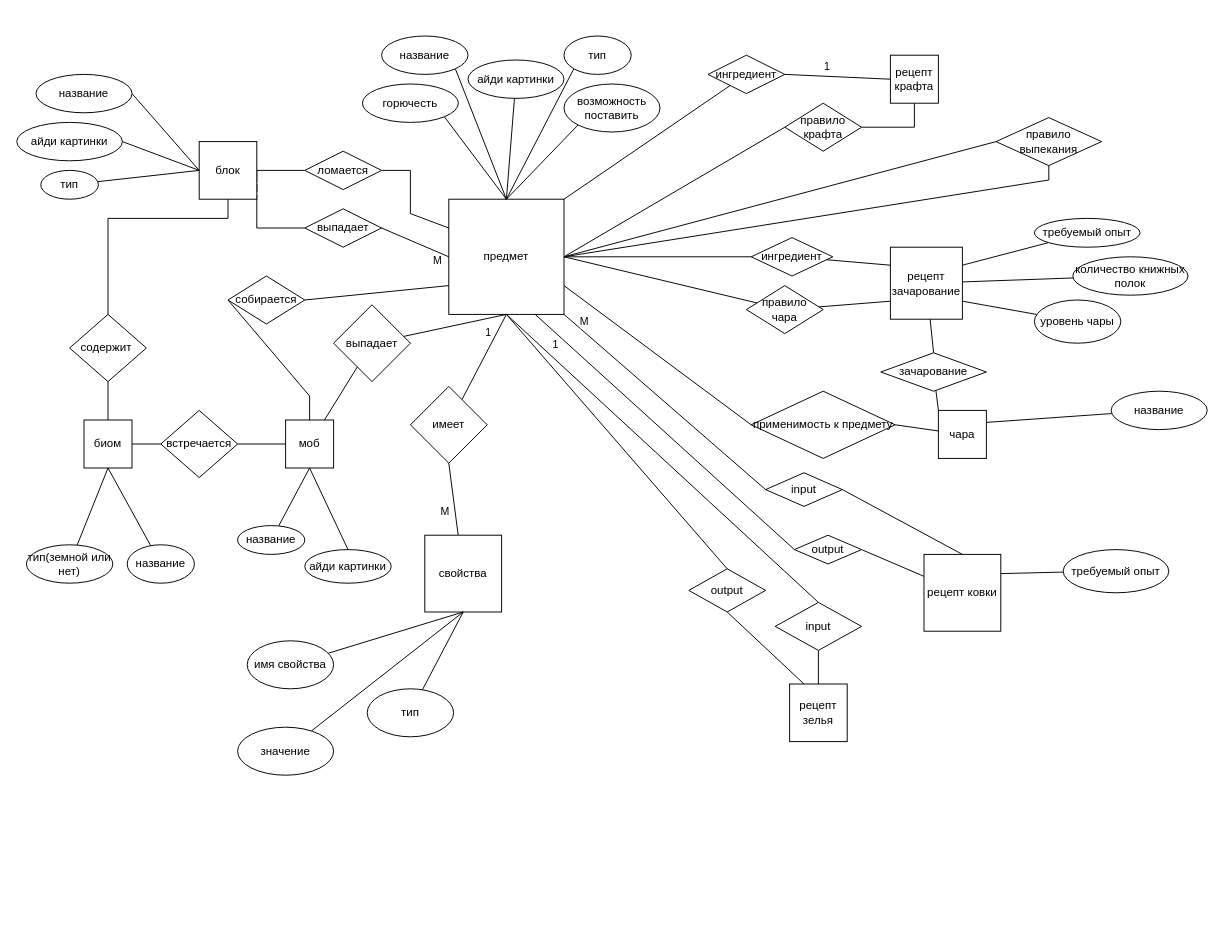
Before: second-stage/DB_coursework1.drawio in ShchA317/db-coursework, a draw.io diagram. Source tidied: cells renumbered, new cells numbered last; positions are measured from the earlier drawing's top-left corner, leaving out a move shared by most shapes. Both pictures are drawn from the tidied source at 96%, with x=0, y=0 at pixel (16, 36).
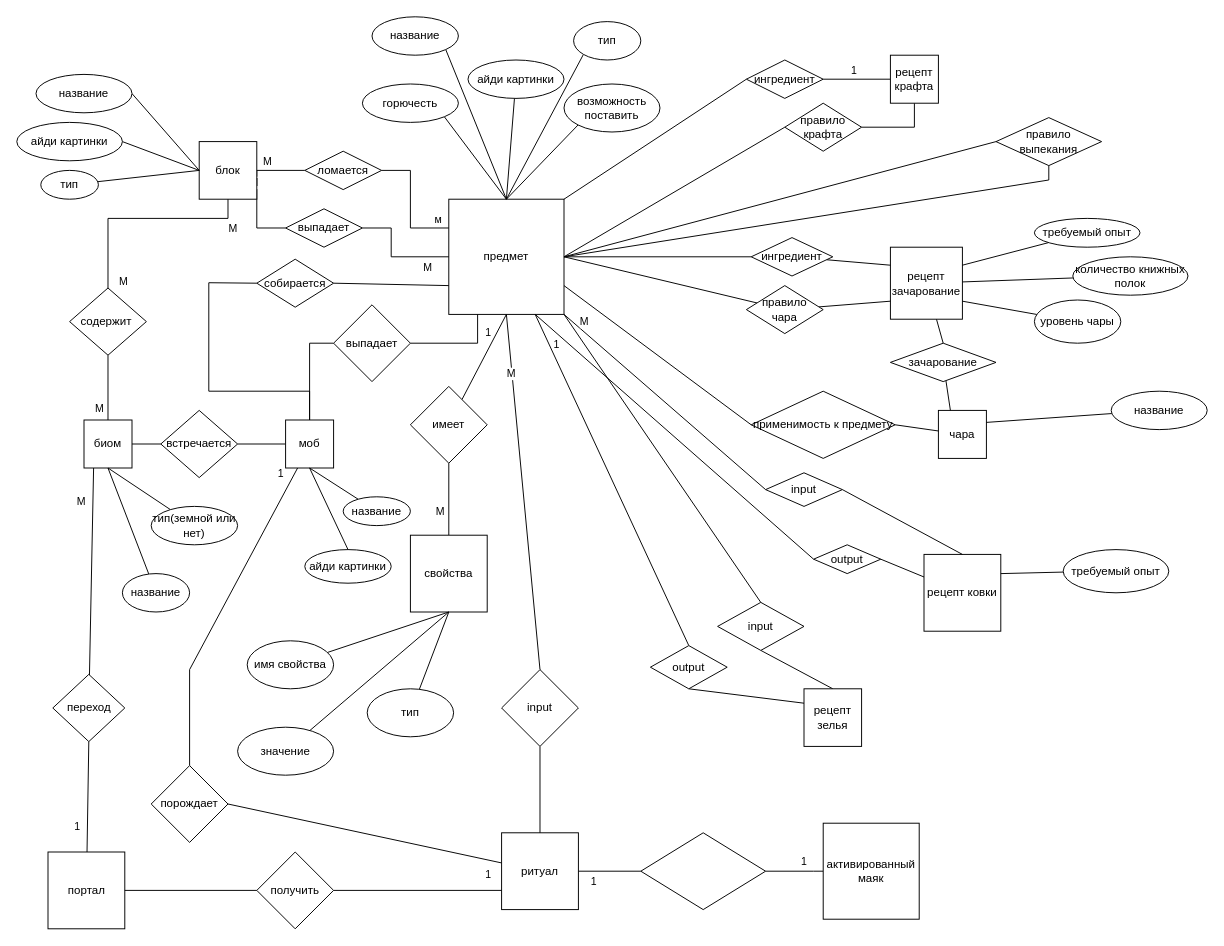
The same diagram, later.

The change refers to these unchanged cells:
```xml
<mxCell id="10" value="предмет" style="whiteSpace=wrap;html=1;" parent="1" vertex="1">
  <mxGeometry x="450" y="170" width="120" height="120" as="geometry" />
</mxCell>
<mxCell id="27" style="edgeStyle=none;rounded=0;jettySize=auto;html=1;entryX=0.5;entryY=1;entryDx=0;entryDy=0;startArrow=none;startFill=0;endArrow=none;endFill=0;exitX=0.5;exitY=0;exitDx=0;exitDy=0;" parent="1" edge="1" source="29" target="4">
  <mxGeometry relative="1" as="geometry">
    <Array as="points">
      <mxPoint x="95" y="190" />
      <mxPoint x="220" y="190" />
    </Array>
  </mxGeometry>
</mxCell>
<mxCell id="28" style="edgeStyle=none;rounded=0;jettySize=auto;html=1;entryX=0.5;entryY=0;entryDx=0;entryDy=0;startArrow=none;startFill=0;endArrow=none;endFill=0;exitX=0.5;exitY=1;exitDx=0;exitDy=0;" parent="1" edge="1" source="29" target="26">
  <mxGeometry relative="1" as="geometry" />
</mxCell>
<mxCell id="37" value="моб" style="whiteSpace=wrap;html=1;" parent="1" vertex="1">
  <mxGeometry x="280" y="400" width="50" height="50" as="geometry" />
</mxCell>
<mxCell id="44" value="выпадает" style="rhombus;whiteSpace=wrap;html=1;" parent="1" vertex="1">
  <mxGeometry x="330" y="280" width="80" height="80" as="geometry" />
</mxCell>
<mxCell id="45" style="edgeStyle=none;rounded=0;jettySize=auto;html=1;entryX=1;entryY=0.5;entryDx=0;entryDy=0;startArrow=none;startFill=0;endArrow=none;endFill=0;" parent="1" edge="1" source="47" target="4">
  <mxGeometry relative="1" as="geometry" />
</mxCell>
<mxCell id="47" value="ломается" style="rhombus;whiteSpace=wrap;html=1;" parent="1" vertex="1">
  <mxGeometry x="300" y="120" width="80" height="40" as="geometry" />
</mxCell>
<mxCell id="79" value="чара" style="whiteSpace=wrap;html=1;" parent="1" vertex="1">
  <mxGeometry x="960" y="390" width="50" height="50" as="geometry" />
</mxCell>
```

Diff of the diagram source:
```diff
@@
-    <mxCell id="9" style="edgeStyle=none;rounded=0;jettySize=auto;html=1;exitX=0.5;exitY=1;exitDx=0;exitDy=0;entryX=0.5;entryY=0;entryDx=0;entryDy=0;startArrow=none;startFill=0;endArrow=none;endFill=0;" parent="1" edge="1" source="10" target="64">
+    <mxCell id="9" style="edgeStyle=none;rounded=0;jettySize=auto;html=1;exitX=1;exitY=1;exitDx=0;exitDy=0;entryX=0.5;entryY=0;entryDx=0;entryDy=0;startArrow=none;startFill=0;endArrow=none;endFill=0;" parent="1" edge="1" source="10" target="64">
       <mxGeometry relative="1" as="geometry" />
     </mxCell>
+    <mxCell id="113" style="edgeStyle=none;rounded=0;jettySize=auto;html=1;exitX=0.5;exitY=1;exitDx=0;exitDy=0;entryX=0.5;entryY=0;entryDx=0;entryDy=0;startArrow=none;startFill=0;endArrow=none;endFill=0;" parent="1" edge="1" source="10" target="126">
+      <mxGeometry relative="1" as="geometry" />
+    </mxCell>
+    <mxCell id="114" value="М" style="edgeLabel;html=1;align=center;verticalAlign=middle;" parent="113" vertex="1">
+      <mxGeometry x="-0.66" y="-1" relative="1" as="geometry">
+        <mxPoint y="-1" as="offset" />
+      </mxGeometry>
+    </mxCell>
@@
     <mxCell id="16" value="название" style="ellipse;whiteSpace=wrap;html=1;" parent="1" vertex="1">
-      <mxGeometry x="380" width="90" height="40" as="geometry" />
+      <mxGeometry x="370" y="-20" width="90" height="40" as="geometry" />
     </mxCell>
     <mxCell id="17" style="edgeStyle=none;rounded=0;jettySize=auto;html=1;exitX=1;exitY=0.5;exitDx=0;exitDy=0;entryX=0;entryY=0.5;entryDx=0;entryDy=0;endArrow=none;endFill=0;startArrow=none;startFill=0;" parent="1" edge="1" source="19" target="10">
-      <mxGeometry relative="1" as="geometry" />
+      <mxGeometry relative="1" as="geometry">
+        <Array as="points">
+          <mxPoint x="390" y="200" />
+          <mxPoint x="390" y="230" />
+        </Array>
+      </mxGeometry>
     </mxCell>
@@
     <mxCell id="19" value="выпадает" style="rhombus;whiteSpace=wrap;html=1;" parent="1" vertex="1">
-      <mxGeometry x="300" y="180" width="80" height="40" as="geometry" />
+      <mxGeometry x="280" y="180" width="80" height="40" as="geometry" />
     </mxCell>
@@
     <mxCell id="23" value="тип" style="ellipse;whiteSpace=wrap;html=1;" parent="1" vertex="1">
-      <mxGeometry x="570" width="70" height="40" as="geometry" />
+      <mxGeometry x="580" y="-15" width="70" height="40" as="geometry" />
     </mxCell>
@@
+    <mxCell id="115" value="М" style="edgeLabel;html=1;align=center;verticalAlign=middle;" parent="27" vertex="1">
+      <mxGeometry x="0.68" y="-2" relative="1" as="geometry">
+        <mxPoint x="19" y="8" as="offset" />
+      </mxGeometry>
+    </mxCell>
+    <mxCell id="116" value="М" style="edgeLabel;html=1;align=center;verticalAlign=middle;" parent="27" vertex="1">
+      <mxGeometry x="-0.86" y="2" relative="1" as="geometry">
+        <mxPoint x="17" y="8" as="offset" />
+      </mxGeometry>
+    </mxCell>
@@
+    <mxCell id="117" value="М" style="edgeLabel;html=1;align=center;verticalAlign=middle;" parent="28" vertex="1">
+      <mxGeometry x="0.63" y="1" relative="1" as="geometry">
+        <mxPoint x="-11" as="offset" />
+      </mxGeometry>
+    </mxCell>
     <mxCell id="29" value="содержит&amp;nbsp;" style="rhombus;whiteSpace=wrap;html=1;" parent="1" vertex="1">
-      <mxGeometry x="55" y="290" width="80" height="70" as="geometry" />
+      <mxGeometry x="55" y="262.5" width="80" height="70" as="geometry" />
     </mxCell>
@@
     <mxCell id="31" value="название" style="ellipse;whiteSpace=wrap;html=1;" parent="1" vertex="1">
-      <mxGeometry x="115" y="530" width="70" height="40" as="geometry" />
+      <mxGeometry x="110" y="560" width="70" height="40" as="geometry" />
     </mxCell>
@@
     <mxCell id="33" value="тип(земной или нет)" style="ellipse;whiteSpace=wrap;html=1;" parent="1" vertex="1">
-      <mxGeometry x="10" y="530" width="90" height="40" as="geometry" />
+      <mxGeometry x="140" y="490" width="90" height="40" as="geometry" />
     </mxCell>
@@
-    <mxCell id="36" style="edgeStyle=none;rounded=0;jettySize=auto;html=1;startArrow=none;startFill=0;endArrow=none;endFill=0;" parent="1" edge="1" source="37" target="44">
-      <mxGeometry relative="1" as="geometry" />
+    <mxCell id="36" style="edgeStyle=none;rounded=0;jettySize=auto;html=1;startArrow=none;startFill=0;endArrow=none;endFill=0;entryX=0;entryY=0.5;entryDx=0;entryDy=0;" parent="1" edge="1" source="37" target="44">
+      <mxGeometry relative="1" as="geometry">
+        <Array as="points">
+          <mxPoint x="305" y="320" />
+        </Array>
+      </mxGeometry>
     </mxCell>
@@
     <mxCell id="41" value="название" style="ellipse;whiteSpace=wrap;html=1;" parent="1" vertex="1">
-      <mxGeometry x="230" y="510" width="70" height="30" as="geometry" />
+      <mxGeometry x="340" y="480" width="70" height="30" as="geometry" />
     </mxCell>
@@
-    <mxCell id="43" style="edgeStyle=none;rounded=0;jettySize=auto;html=1;entryX=0.5;entryY=1;entryDx=0;entryDy=0;startArrow=none;startFill=0;endArrow=none;endFill=0;" parent="1" edge="1" source="44" target="10">
-      <mxGeometry relative="1" as="geometry" />
+    <mxCell id="43" style="edgeStyle=none;rounded=0;jettySize=auto;html=1;entryX=0.25;entryY=1;entryDx=0;entryDy=0;startArrow=none;startFill=0;endArrow=none;endFill=0;" parent="1" edge="1" source="44" target="10">
+      <mxGeometry relative="1" as="geometry">
+        <Array as="points">
+          <mxPoint x="480" y="320" />
+        </Array>
+      </mxGeometry>
     </mxCell>
@@
+    <mxCell id="118" value="М" style="edgeLabel;html=1;align=center;verticalAlign=middle;" parent="45" vertex="1">
+      <mxGeometry x="0.58" y="-1" relative="1" as="geometry">
+        <mxPoint y="-9" as="offset" />
+      </mxGeometry>
+    </mxCell>
     <mxCell id="46" style="edgeStyle=none;rounded=0;jettySize=auto;html=1;exitX=1;exitY=0.5;exitDx=0;exitDy=0;startArrow=none;startFill=0;endArrow=none;endFill=0;entryX=0;entryY=0.25;entryDx=0;entryDy=0;" parent="1" edge="1" source="47" target="10">
       <mxGeometry relative="1" as="geometry">
         <Array as="points">
           <mxPoint x="410" y="140" />
-          <mxPoint x="410" y="185" />
+          <mxPoint x="410" y="200" />
         </Array>
       </mxGeometry>
     </mxCell>
+    <mxCell id="119" value="м" style="edgeLabel;html=1;align=center;verticalAlign=middle;" parent="46" vertex="1">
+      <mxGeometry x="0.82" y="2" relative="1" as="geometry">
+        <mxPoint y="-8" as="offset" />
+      </mxGeometry>
+    </mxCell>
@@
     <mxCell id="48" style="edgeStyle=none;rounded=0;jettySize=auto;html=1;exitX=0;exitY=0.5;exitDx=0;exitDy=0;entryX=0.5;entryY=0;entryDx=0;entryDy=0;startArrow=none;startFill=0;endArrow=none;endFill=0;" parent="1" edge="1" source="50" target="37">
       <mxGeometry relative="1" as="geometry">
         <Array as="points">
-          <mxPoint x="305" y="375" />
+          <mxPoint x="200" y="257" />
+          <mxPoint x="200" y="370" />
+          <mxPoint x="305" y="370" />
         </Array>
       </mxGeometry>
     </mxCell>
@@
     <mxCell id="50" value="собирается" style="rhombus;whiteSpace=wrap;html=1;" parent="1" vertex="1">
-      <mxGeometry x="220" y="250" width="80" height="50" as="geometry" />
+      <mxGeometry x="250" y="232.5" width="80" height="50" as="geometry" />
     </mxCell>
@@
-    <mxCell id="55" style="edgeStyle=none;rounded=0;jettySize=auto;html=1;entryX=1;entryY=0;entryDx=0;entryDy=0;startArrow=none;startFill=0;endArrow=none;endFill=0;" parent="1" edge="1" source="56" target="10">
+    <mxCell id="55" style="edgeStyle=none;rounded=0;jettySize=auto;html=1;entryX=1;entryY=0;entryDx=0;entryDy=0;startArrow=none;startFill=0;endArrow=none;endFill=0;exitX=0;exitY=0.5;exitDx=0;exitDy=0;" parent="1" edge="1" source="56" target="10">
       <mxGeometry relative="1" as="geometry" />
     </mxCell>
     <mxCell id="56" value="ингредиент" style="rhombus;whiteSpace=wrap;html=1;" parent="1" vertex="1">
-      <mxGeometry x="720" y="20" width="80" height="40" as="geometry" />
+      <mxGeometry x="760" y="25" width="80" height="40" as="geometry" />
     </mxCell>
@@
     <mxCell id="64" value="input" style="rhombus;whiteSpace=wrap;html=1;" parent="1" vertex="1">
-      <mxGeometry x="790" y="590" width="90" height="50" as="geometry" />
+      <mxGeometry x="730" y="590" width="90" height="50" as="geometry" />
     </mxCell>
@@
-    <mxCell id="86" style="edgeStyle=none;rounded=0;jettySize=auto;html=1;entryX=0;entryY=0;entryDx=0;entryDy=0;startArrow=none;startFill=0;endArrow=none;endFill=0;" parent="1" edge="1" source="87" target="79">
+    <mxCell id="86" style="edgeStyle=none;rounded=0;jettySize=auto;html=1;entryX=0.25;entryY=0;entryDx=0;entryDy=0;startArrow=none;startFill=0;endArrow=none;endFill=0;" parent="1" edge="1" source="87" target="79">
       <mxGeometry relative="1" as="geometry" />
     </mxCell>
     <mxCell id="87" value="зачарование" style="rhombus;whiteSpace=wrap;html=1;" parent="1" vertex="1">
-      <mxGeometry x="900" y="330" width="110" height="40" as="geometry" />
+      <mxGeometry x="910" y="320" width="110" height="40" as="geometry" />
     </mxCell>
@@
     <mxCell id="90" value="свойства" style="whiteSpace=wrap;html=1;" parent="1" vertex="1">
-      <mxGeometry x="425" y="520" width="80" height="80" as="geometry" />
+      <mxGeometry x="410" y="520" width="80" height="80" as="geometry" />
     </mxCell>
@@
     <mxCell id="106" value="output" style="rhombus;whiteSpace=wrap;html=1;" parent="1" vertex="1">
-      <mxGeometry x="810" y="520" width="70" height="30" as="geometry" />
+      <mxGeometry x="830" y="530" width="70" height="30" as="geometry" />
     </mxCell>
@@
-    <mxCell id="109" style="edgeStyle=none;rounded=0;jettySize=auto;html=1;exitX=0.25;exitY=0;exitDx=0;exitDy=0;entryX=0.5;entryY=1;entryDx=0;entryDy=0;startArrow=none;startFill=0;endArrow=none;endFill=0;" parent="1" edge="1" source="110" target="112">
+    <mxCell id="109" style="edgeStyle=none;rounded=0;jettySize=auto;html=1;exitX=0;exitY=0.25;exitDx=0;exitDy=0;entryX=0.5;entryY=1;entryDx=0;entryDy=0;startArrow=none;startFill=0;endArrow=none;endFill=0;" parent="1" edge="1" source="110" target="112">
       <mxGeometry relative="1" as="geometry" />
     </mxCell>
     <mxCell id="110" value="рецепт зелья" style="whiteSpace=wrap;html=1;" parent="1" vertex="1">
-      <mxGeometry x="805" y="675" width="60" height="60" as="geometry" />
+      <mxGeometry x="820" y="680" width="60" height="60" as="geometry" />
     </mxCell>
-    <mxCell id="111" style="edgeStyle=none;rounded=0;jettySize=auto;html=1;exitX=0.5;exitY=0;exitDx=0;exitDy=0;entryX=0.5;entryY=1;entryDx=0;entryDy=0;startArrow=none;startFill=0;endArrow=none;endFill=0;" parent="1" edge="1" source="112" target="10">
+    <mxCell id="111" style="edgeStyle=none;rounded=0;jettySize=auto;html=1;exitX=0.5;exitY=0;exitDx=0;exitDy=0;entryX=0.75;entryY=1;entryDx=0;entryDy=0;startArrow=none;startFill=0;endArrow=none;endFill=0;" parent="1" edge="1" source="112" target="10">
       <mxGeometry relative="1" as="geometry" />
     </mxCell>
     <mxCell id="112" value="output" style="rhombus;whiteSpace=wrap;html=1;" parent="1" vertex="1">
-      <mxGeometry x="700" y="555" width="80" height="45" as="geometry" />
+      <mxGeometry x="660" y="635" width="80" height="45" as="geometry" />
     </mxCell>
+    <mxCell id="120" style="edgeStyle=none;rounded=0;jettySize=auto;html=1;entryX=1;entryY=0.5;entryDx=0;entryDy=0;startArrow=none;startFill=0;endArrow=none;endFill=0;" parent="1" edge="1" source="124" target="129">
+      <mxGeometry relative="1" as="geometry" />
+    </mxCell>
+    <mxCell id="121" value="1" style="edgeLabel;html=1;align=center;verticalAlign=middle;" parent="120" vertex="1">
+      <mxGeometry x="-0.85" y="3" relative="1" as="geometry">
+        <mxPoint x="8" y="14" as="offset" />
+      </mxGeometry>
+    </mxCell>
+    <mxCell id="122" style="edgeStyle=none;rounded=0;jettySize=auto;html=1;entryX=0;entryY=0.5;entryDx=0;entryDy=0;startArrow=none;startFill=0;endArrow=none;endFill=0;" parent="1" edge="1" source="124" target="141">
+      <mxGeometry relative="1" as="geometry" />
+    </mxCell>
+    <mxCell id="123" value="1" style="edgeLabel;html=1;align=center;verticalAlign=middle;" parent="122" vertex="1">
+      <mxGeometry x="-0.04" y="-2" relative="1" as="geometry">
+        <mxPoint x="-16" y="8" as="offset" />
+      </mxGeometry>
+    </mxCell>
+    <mxCell id="124" value="ритуал" style="whiteSpace=wrap;html=1;" parent="1" vertex="1">
+      <mxGeometry x="505" y="830" width="80" height="80" as="geometry" />
+    </mxCell>
+    <mxCell id="125" style="edgeStyle=none;rounded=0;jettySize=auto;html=1;exitX=0.5;exitY=1;exitDx=0;exitDy=0;entryX=0.5;entryY=0;entryDx=0;entryDy=0;startArrow=none;startFill=0;endArrow=none;endFill=0;" parent="1" edge="1" source="126" target="124">
+      <mxGeometry relative="1" as="geometry" />
+    </mxCell>
+    <mxCell id="126" value="input" style="rhombus;whiteSpace=wrap;html=1;" parent="1" vertex="1">
+      <mxGeometry x="505" y="660" width="80" height="80" as="geometry" />
+    </mxCell>
+    <mxCell id="127" style="edgeStyle=none;rounded=0;jettySize=auto;html=1;entryX=0.25;entryY=1;entryDx=0;entryDy=0;startArrow=none;startFill=0;endArrow=none;endFill=0;" parent="1" edge="1" source="129" target="37">
+      <mxGeometry relative="1" as="geometry">
+        <Array as="points">
+          <mxPoint x="180" y="660" />
+        </Array>
+      </mxGeometry>
+    </mxCell>
+    <mxCell id="128" value="1" style="edgeLabel;html=1;align=center;verticalAlign=middle;" parent="127" vertex="1">
+      <mxGeometry x="0.9" y="-1" relative="1" as="geometry">
+        <mxPoint x="-11" y="-10" as="offset" />
+      </mxGeometry>
+    </mxCell>
+    <mxCell id="129" value="порождает" style="rhombus;whiteSpace=wrap;html=1;" parent="1" vertex="1">
+      <mxGeometry x="140" y="760" width="80" height="80" as="geometry" />
+    </mxCell>
+    <mxCell id="130" style="edgeStyle=none;rounded=0;jettySize=auto;html=1;entryX=0.5;entryY=1;entryDx=0;entryDy=0;startArrow=none;startFill=0;endArrow=none;endFill=0;" parent="1" edge="1" source="132" target="135">
+      <mxGeometry relative="1" as="geometry" />
+    </mxCell>
+    <mxCell id="131" value="1" style="edgeLabel;html=1;align=center;verticalAlign=middle;" parent="130" vertex="1">
+      <mxGeometry x="-0.42" y="-1" relative="1" as="geometry">
+        <mxPoint x="-12" y="6" as="offset" />
+      </mxGeometry>
+    </mxCell>
+    <mxCell id="132" value="портал" style="whiteSpace=wrap;html=1;" parent="1" vertex="1">
+      <mxGeometry x="32.5" y="850" width="80" height="80" as="geometry" />
+    </mxCell>
+    <mxCell id="133" style="edgeStyle=none;rounded=0;jettySize=auto;html=1;startArrow=none;startFill=0;endArrow=none;endFill=0;" parent="1" edge="1" source="135">
+      <mxGeometry relative="1" as="geometry">
+        <mxPoint x="80" y="450" as="targetPoint" />
+      </mxGeometry>
+    </mxCell>
+    <mxCell id="134" value="М" style="edgeLabel;html=1;align=center;verticalAlign=middle;" parent="133" vertex="1">
+      <mxGeometry x="0.69" y="1" relative="1" as="geometry">
+        <mxPoint x="-12" y="1" as="offset" />
+      </mxGeometry>
+    </mxCell>
+    <mxCell id="135" value="переход" style="rhombus;whiteSpace=wrap;html=1;" parent="1" vertex="1">
+      <mxGeometry x="37.5" y="665" width="75" height="70" as="geometry" />
+    </mxCell>
+    <mxCell id="136" style="edgeStyle=none;rounded=0;jettySize=auto;html=1;startArrow=none;startFill=0;endArrow=none;endFill=0;" parent="1" edge="1" source="138" target="132">
+      <mxGeometry relative="1" as="geometry" />
+    </mxCell>
+    <mxCell id="137" style="edgeStyle=none;rounded=0;jettySize=auto;html=1;entryX=0;entryY=0.75;entryDx=0;entryDy=0;startArrow=none;startFill=0;endArrow=none;endFill=0;" parent="1" edge="1" source="138" target="124">
+      <mxGeometry relative="1" as="geometry" />
+    </mxCell>
+    <mxCell id="138" value="получить" style="rhombus;whiteSpace=wrap;html=1;" parent="1" vertex="1">
+      <mxGeometry x="250" y="850" width="80" height="80" as="geometry" />
+    </mxCell>
+    <mxCell id="139" value="1" style="edgeStyle=none;rounded=0;jettySize=auto;html=1;entryX=1;entryY=0.5;entryDx=0;entryDy=0;startArrow=none;startFill=0;endArrow=none;endFill=0;" parent="1" edge="1" source="140" target="141">
+      <mxGeometry x="-0.33" y="-10" relative="1" as="geometry">
+        <Array as="points">
+          <mxPoint x="830" y="870" />
+        </Array>
+      </mxGeometry>
+    </mxCell>
+    <mxCell id="140" value="активированный&lt;br&gt;маяк" style="whiteSpace=wrap;html=1;" parent="1" vertex="1">
+      <mxGeometry x="840" y="820" width="100" height="100" as="geometry" />
+    </mxCell>
+    <mxCell id="141" style="rhombus;whiteSpace=wrap;html=1;" parent="1" vertex="1">
+      <mxGeometry x="650" y="830" width="130" height="80" as="geometry" />
+    </mxCell>
```
